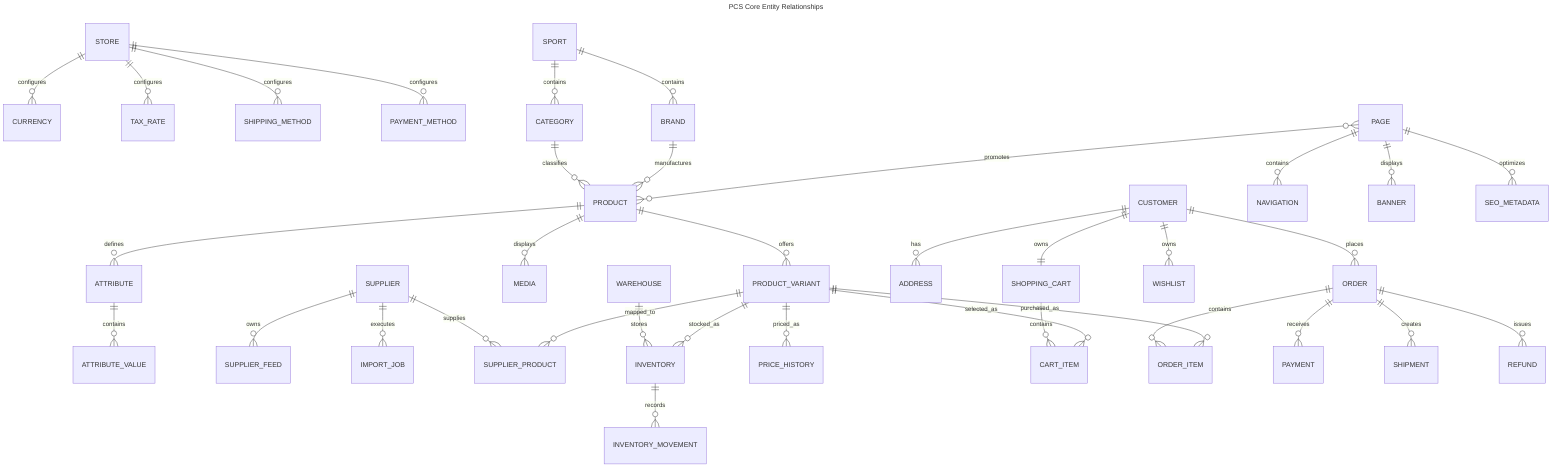
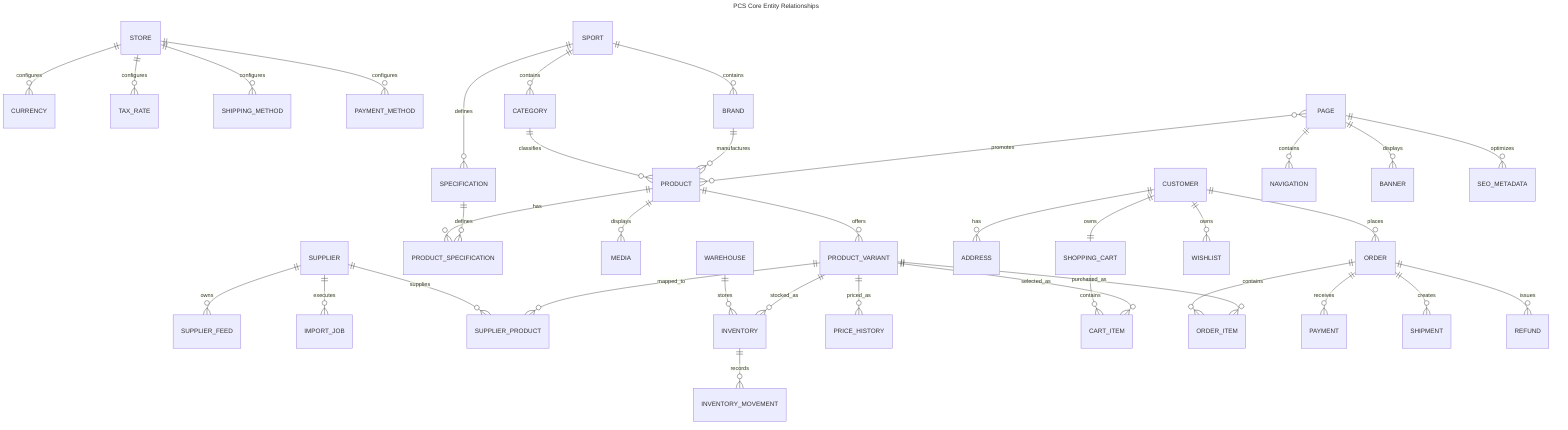
---
title: PCS Core Entity Relationships
- version: 2.0.0
- status: Approved
+ version: 2.1.0
+ status: APPROVED
last-updated: 2026-06-30
---

erDiagram

%% ==========================================================
%% COMMERCE
%% ==========================================================

STORE ||--o{ CURRENCY : configures
STORE ||--o{ TAX_RATE : configures
STORE ||--o{ SHIPPING_METHOD : configures
STORE ||--o{ PAYMENT_METHOD : configures

%% ==========================================================
- %% CATALOG
+ %% CATALOG MASTER DATA
%% ==========================================================

SPORT ||--o{ CATEGORY : contains
SPORT ||--o{ BRAND : contains
+ SPORT ||--o{ SPECIFICATION : defines
+ 
+ %% ==========================================================
+ %% CATALOG
+ %% ==========================================================

CATEGORY ||--o{ PRODUCT : classifies
BRAND ||--o{ PRODUCT : manufactures

PRODUCT ||--o{ PRODUCT_VARIANT : offers

- PRODUCT ||--o{ ATTRIBUTE : defines
- ATTRIBUTE ||--o{ ATTRIBUTE_VALUE : contains
+ PRODUCT ||--o{ PRODUCT_SPECIFICATION : has
+ SPECIFICATION ||--o{ PRODUCT_SPECIFICATION : defines

PRODUCT ||--o{ MEDIA : displays

%% ==========================================================
%% SUPPLY CHAIN
%% ==========================================================

SUPPLIER ||--o{ SUPPLIER_FEED : owns
SUPPLIER ||--o{ IMPORT_JOB : executes
SUPPLIER ||--o{ SUPPLIER_PRODUCT : supplies

WAREHOUSE ||--o{ INVENTORY : stores

PRODUCT_VARIANT ||--o{ SUPPLIER_PRODUCT : mapped_to
PRODUCT_VARIANT ||--o{ INVENTORY : stocked_as
PRODUCT_VARIANT ||--o{ PRICE_HISTORY : priced_as

INVENTORY ||--o{ INVENTORY_MOVEMENT : records

%% ==========================================================
%% CUSTOMERS
%% ==========================================================

CUSTOMER ||--o{ ADDRESS : has
CUSTOMER ||--|| SHOPPING_CART : owns
SHOPPING_CART ||--o{ CART_ITEM : contains
CUSTOMER ||--o{ WISHLIST : owns

PRODUCT_VARIANT ||--o{ CART_ITEM : selected_as

%% ==========================================================
%% SALES
%% ==========================================================

CUSTOMER ||--o{ ORDER : places

ORDER ||--o{ ORDER_ITEM : contains
ORDER ||--o{ PAYMENT : receives
ORDER ||--o{ SHIPMENT : creates
ORDER ||--o{ REFUND : issues

PRODUCT_VARIANT ||--o{ ORDER_ITEM : purchased_as

%% ==========================================================
%% CONTENT
%% ==========================================================

PAGE ||--o{ NAVIGATION : contains
PAGE ||--o{ BANNER : displays
PAGE ||--o{ SEO_METADATA : optimizes

PAGE }o--o{ PRODUCT : promotes